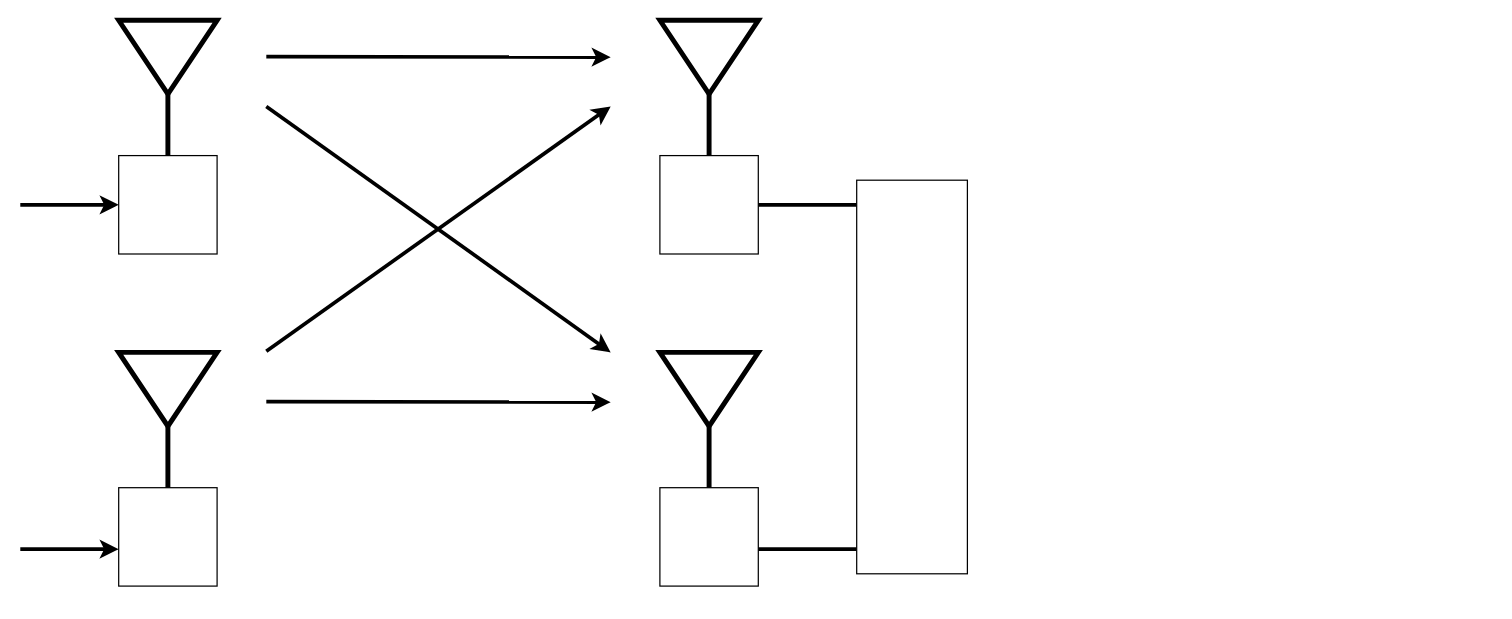
The draw.io diagram MIMO/MIMO.drawio in ryoww/seminar, before the edit. Source tidied: cells renumbered, new cells numbered last; positions are measured from the earlier drawing's top-left corner, leaving out a move shared by most shapes. Both pictures are drawn from the tidied source at 123%, with x=0, y=0 at pixel (20, 20).
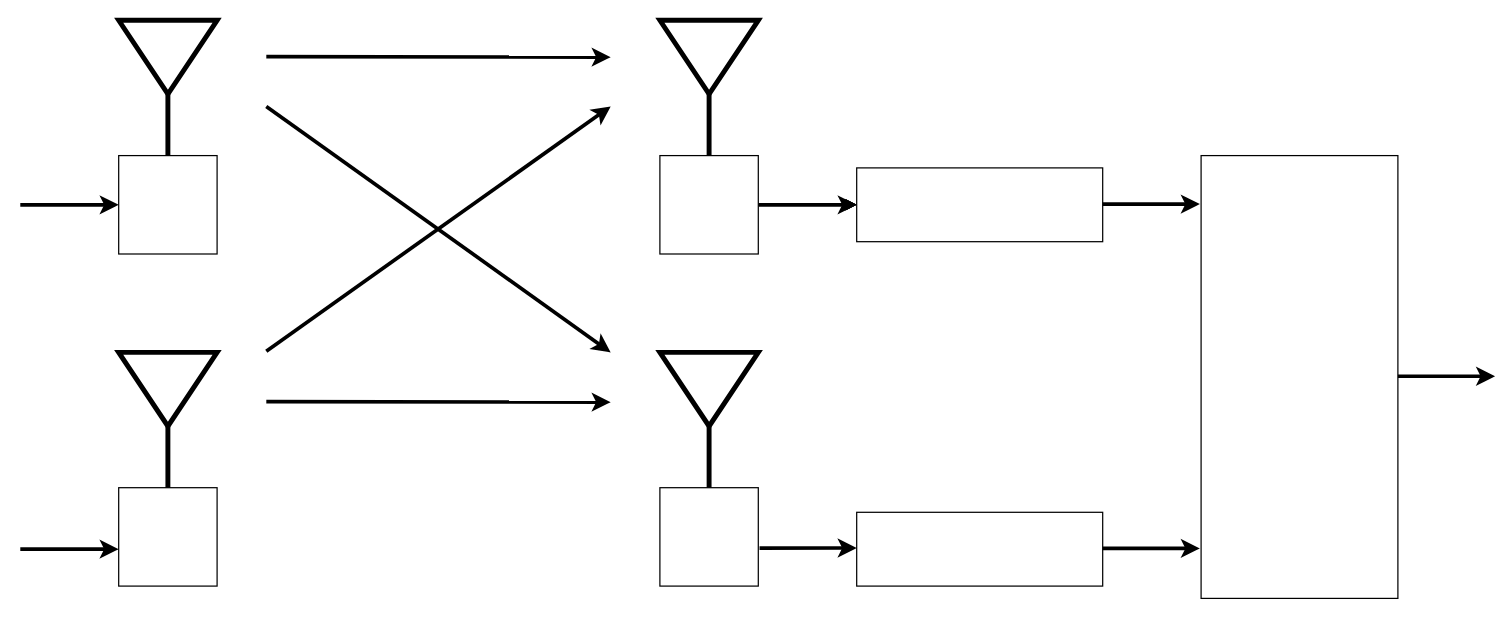
After the change.

The change refers to these unchanged cells:
```xml
<mxCell id="7" style="whiteSpace=wrap;html=1;" parent="1" vertex="1">
  <mxGeometry x="520" y="110" width="80" height="80" as="geometry" />
</mxCell>
<mxCell id="13" style="whiteSpace=wrap;html=1;" parent="1" vertex="1">
  <mxGeometry x="520" y="380" width="80" height="80" as="geometry" />
</mxCell>
```

The edit, as a diff of the source:
```diff
@@
+    <mxCell id="23" style="edgeStyle=orthogonalEdgeStyle;rounded=0;jettySize=auto;html=1;" parent="1" edge="1" source="7" target="27">
+      <mxGeometry relative="1" as="geometry" />
+    </mxCell>
+    <mxCell id="24" style="edgeStyle=orthogonalEdgeStyle;rounded=0;jettySize=auto;html=1;" parent="1" edge="1" source="7" target="27">
+      <mxGeometry relative="1" as="geometry" />
+    </mxCell>
+    <mxCell id="25" style="edgeStyle=orthogonalEdgeStyle;rounded=0;jettySize=auto;html=1;" parent="1" edge="1" source="7" target="27">
+      <mxGeometry relative="1" as="geometry" />
+    </mxCell>
+    <mxCell id="26" style="edgeStyle=orthogonalEdgeStyle;rounded=0;jettySize=auto;html=1;strokeWidth=3;" parent="1" edge="1" source="7" target="27">
+      <mxGeometry relative="1" as="geometry" />
+    </mxCell>
@@
-    <mxCell id="20" style="endArrow=none;html=1;rounded=0;strokeWidth=3;" parent="1" edge="1">
-      <mxGeometry relative="1" as="geometry">
-        <mxPoint x="600" y="150" as="sourcePoint" />
-        <mxPoint x="680" y="150" as="targetPoint" />
-      </mxGeometry>
-    </mxCell>
-    <mxCell id="21" style="endArrow=none;html=1;rounded=0;strokeWidth=3;" parent="1" edge="1">
-      <mxGeometry relative="1" as="geometry">
-        <mxPoint x="600" y="430" as="sourcePoint" />
-        <mxPoint x="680" y="430" as="targetPoint" />
-      </mxGeometry>
-    </mxCell>
-    <mxCell id="22" style="rounded=0;whiteSpace=wrap;html=1;" parent="1" vertex="1">
-      <mxGeometry x="680" y="130" width="90" height="320" as="geometry" />
-    </mxCell>
+    <mxCell id="27" style="rounded=0;whiteSpace=wrap;html=1;" parent="1" vertex="1">
+      <mxGeometry x="680" y="120" width="200" height="60" as="geometry" />
+    </mxCell>
+    <mxCell id="28" style="rounded=0;whiteSpace=wrap;html=1;" parent="1" vertex="1">
+      <mxGeometry x="680" y="400" width="200" height="60" as="geometry" />
+    </mxCell>
+    <mxCell id="29" style="endArrow=classic;html=1;rounded=0;exitX=1.013;exitY=0.615;exitDx=0;exitDy=0;exitPerimeter=0;strokeWidth=3;" parent="1" edge="1" source="13">
+      <mxGeometry relative="1" as="geometry">
+        <mxPoint x="680" y="429" as="targetPoint" />
+      </mxGeometry>
+    </mxCell>
+    <mxCell id="30" style="endArrow=classic;html=1;rounded=0;exitX=1.013;exitY=0.615;exitDx=0;exitDy=0;exitPerimeter=0;strokeWidth=3;" parent="1" edge="1">
+      <mxGeometry relative="1" as="geometry">
+        <mxPoint x="880" y="429.4" as="sourcePoint" />
+        <mxPoint x="959" y="429.4" as="targetPoint" />
+      </mxGeometry>
+    </mxCell>
+    <mxCell id="31" style="endArrow=classic;html=1;rounded=0;exitX=1.013;exitY=0.615;exitDx=0;exitDy=0;exitPerimeter=0;strokeWidth=3;" parent="1" edge="1">
+      <mxGeometry relative="1" as="geometry">
+        <mxPoint x="880" y="149.4" as="sourcePoint" />
+        <mxPoint x="959" y="149.4" as="targetPoint" />
+      </mxGeometry>
+    </mxCell>
+    <mxCell id="32" style="rounded=0;whiteSpace=wrap;html=1;" parent="1" vertex="1">
+      <mxGeometry x="960" y="110" width="160" height="360" as="geometry" />
+    </mxCell>
+    <mxCell id="33" style="endArrow=classic;html=1;rounded=0;exitX=1.013;exitY=0.615;exitDx=0;exitDy=0;exitPerimeter=0;strokeWidth=3;" parent="1" edge="1">
+      <mxGeometry relative="1" as="geometry">
+        <mxPoint x="1120" y="289.4" as="sourcePoint" />
+        <mxPoint x="1199" y="289.4" as="targetPoint" />
+      </mxGeometry>
+    </mxCell>
```
